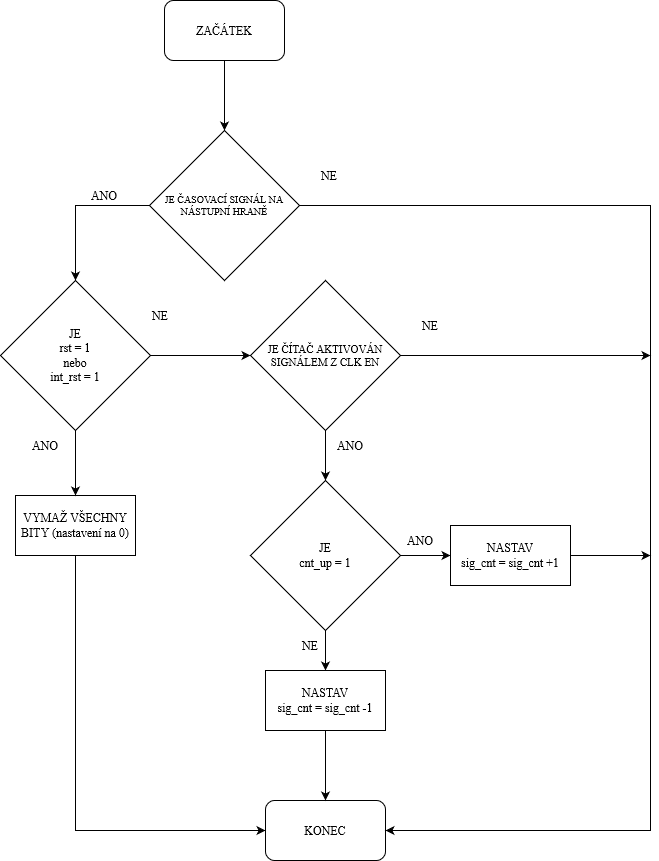
The draw.io diagram projekt/images/diagram-tx-cnt-up.png in LukasKopriva1/digital-electronics-1, before a commit. Source tidied: cells renumbered, new cells last; positions are measured from the earlier drawing's top-left corner, leaving out a move shared by most shapes.
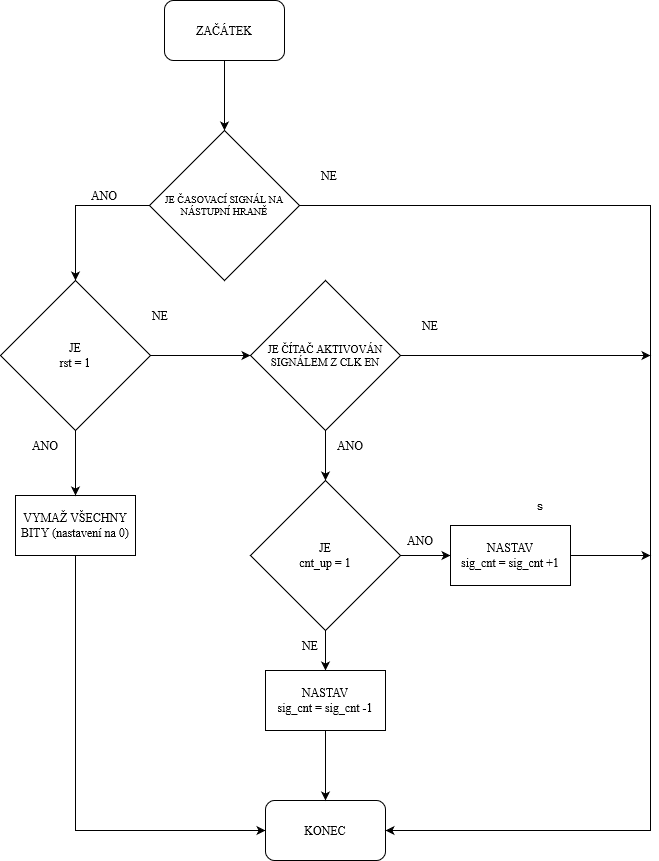
The same file after the commit.

Diff of the diagram source:
```diff
@@ -40,7 +40,7 @@
     <mxCell id="12" style="edgeStyle=orthogonalEdgeStyle;rounded=0;jettySize=auto;html=1;exitX=1;exitY=0.5;exitDx=0;exitDy=0;entryX=0;entryY=0.5;entryDx=0;entryDy=0;" parent="1" edge="1" source="13" target="16">
       <mxGeometry relative="1" as="geometry" />
     </mxCell>
-    <mxCell id="13" value="&lt;div&gt;JE&lt;/div&gt;&lt;div&gt;rst = 1&lt;/div&gt;&lt;div&gt;nebo&lt;/div&gt;&lt;div&gt;int_rst = 1&lt;br&gt;&lt;/div&gt;" style="rhombus;whiteSpace=wrap;html=1;align=center;fontFamily=Times New Roman;" parent="1" vertex="1">
+    <mxCell id="13" value="&lt;div&gt;JE&lt;/div&gt;&lt;div&gt;rst = 1&lt;/div&gt;" style="rhombus;whiteSpace=wrap;html=1;align=center;fontFamily=Times New Roman;" parent="1" vertex="1">
       <mxGeometry y="280" width="150" height="150" as="geometry" />
     </mxCell>
     <mxCell id="14" style="edgeStyle=orthogonalEdgeStyle;rounded=0;jettySize=auto;html=1;exitX=0.5;exitY=1;exitDx=0;exitDy=0;entryX=0.5;entryY=0;entryDx=0;entryDy=0;" parent="1" edge="1" source="16" target="23">
@@ -98,5 +98,8 @@
     <mxCell id="30" value="ANO" style="text;html=1;strokeColor=none;fillColor=none;align=center;verticalAlign=middle;whiteSpace=wrap;rounded=0;fontFamily=Times New Roman;" parent="1" vertex="1">
       <mxGeometry x="320" y="430" width="60" height="30" as="geometry" />
     </mxCell>
+    <mxCell id="31" value="s" style="text;strokeColor=none;align=center;fillColor=none;html=1;verticalAlign=middle;whiteSpace=wrap;rounded=0;" parent="1" vertex="1">
+      <mxGeometry x="510" y="490" width="60" height="30" as="geometry" />
+    </mxCell>
   </root>
 </mxGraphModel>
```
